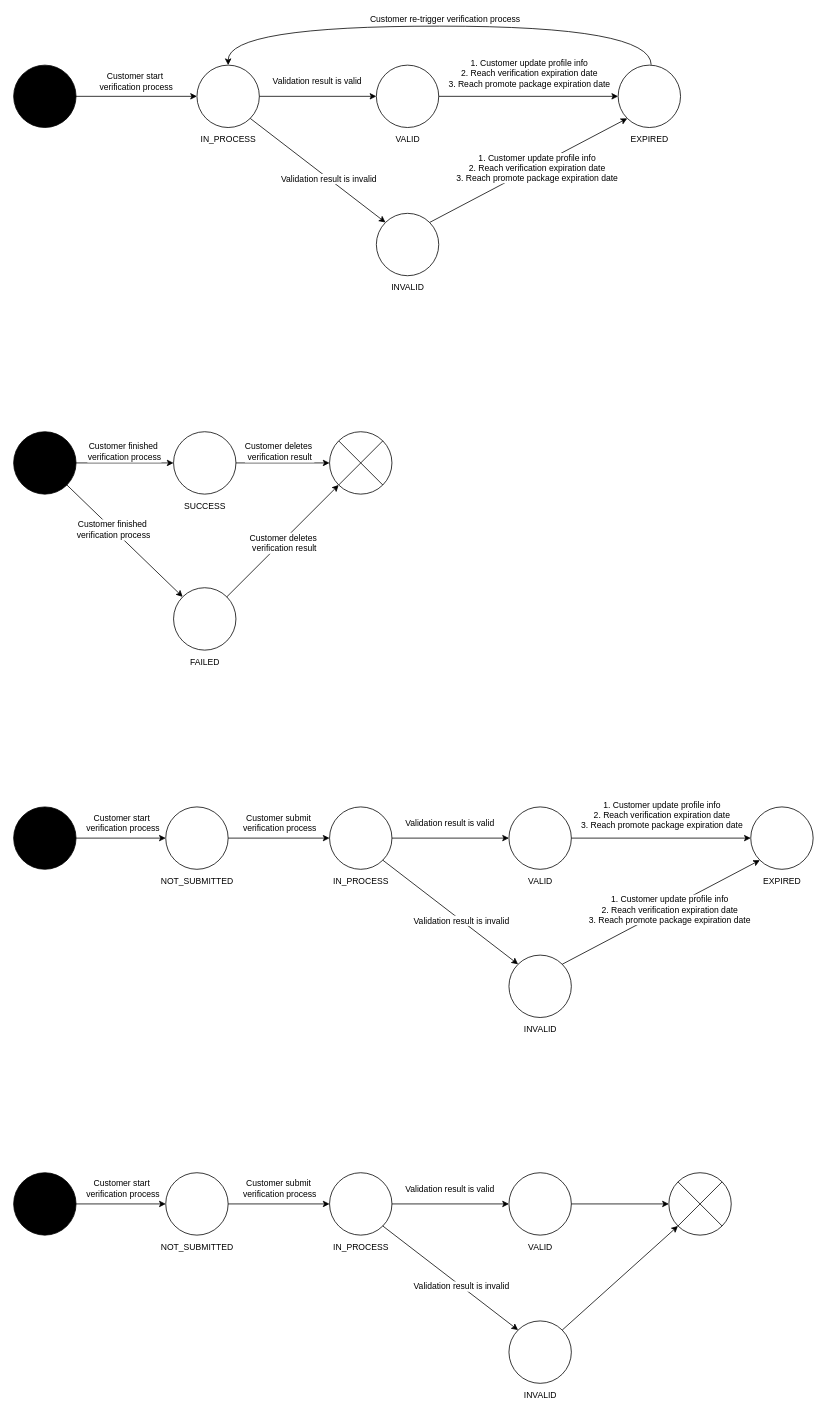
Earlier version of the draw.io diagram page "Status" (7 of 9) of verification_framework.drawio (huangshijie/Drawio). Source tidied: cells renumbered, new cells numbered last; positions are measured from the earlier drawing's top-left corner, leaving out a move shared by most shapes. Both pictures are drawn from the tidied source at 78%, with x=0, y=0 at pixel (13, 26).
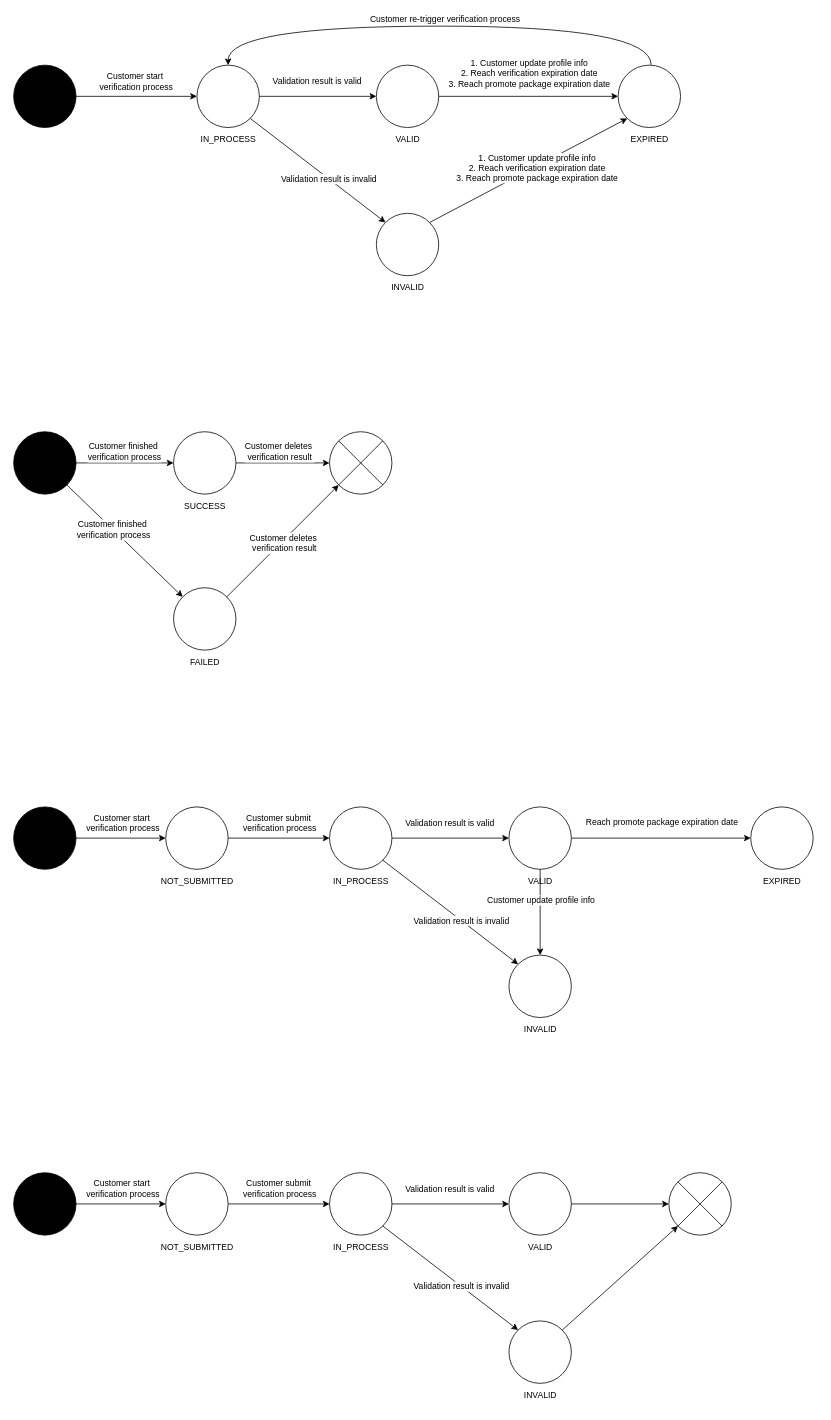
After the change.

The change refers to these unchanged cells:
```xml
<mxCell id="51" style="ellipse;whiteSpace=wrap;html=1;fontSize=11;" parent="50" vertex="1">
  <mxGeometry x="5" width="80" height="80" as="geometry" />
</mxCell>
<mxCell id="54" style="ellipse;whiteSpace=wrap;html=1;fontSize=11;" parent="53" vertex="1">
  <mxGeometry x="5" width="80" height="80" as="geometry" />
</mxCell>
<mxCell id="57" style="ellipse;whiteSpace=wrap;html=1;fontSize=11;" parent="56" vertex="1">
  <mxGeometry x="5" width="80" height="80" as="geometry" />
</mxCell>
<mxCell id="67" style="endArrow=classic;html=1;rounded=0;exitX=1;exitY=0.5;exitDx=0;exitDy=0;fontSize=11;" parent="1" edge="1" source="54" target="51">
  <mxGeometry relative="1" as="geometry" />
</mxCell>
```

Diff of the diagram source:
```diff
@@
-    <mxCell id="65" style="endArrow=classic;html=1;rounded=0;exitX=1;exitY=0;exitDx=0;exitDy=0;entryX=0;entryY=1;entryDx=0;entryDy=0;fontSize=11;" parent="1" edge="1" source="57" target="51">
-      <mxGeometry relative="1" as="geometry" />
-    </mxCell>
-    <mxCell id="66" value="1. Customer update profile info&lt;div style=&quot;font-size: 11px;&quot;&gt;2. Reach verification expiration date&lt;/div&gt;&lt;div style=&quot;font-size: 11px;&quot;&gt;3. Reach promote package expiration date&lt;/div&gt;" style="edgeLabel;html=1;align=center;verticalAlign=middle;fontSize=11;" parent="65" vertex="1">
-      <mxGeometry x="-0.05" y="-2" relative="1" as="geometry">
-        <mxPoint x="16" y="-9" as="offset" />
-      </mxGeometry>
-    </mxCell>
@@
-    <mxCell id="68" value="&lt;font style=&quot;font-size: 11px;&quot;&gt;1. Customer update profile info&lt;/font&gt;&lt;div style=&quot;font-size: 11px;&quot;&gt;&lt;font style=&quot;font-size: 11px;&quot;&gt;2. Reach verification expiration date&lt;/font&gt;&lt;/div&gt;&lt;div style=&quot;font-size: 11px;&quot;&gt;&lt;font style=&quot;font-size: 11px;&quot;&gt;3. Reach promote package expiration date&lt;/font&gt;&lt;/div&gt;" style="edgeLabel;html=1;align=center;verticalAlign=middle;fontSize=11;" parent="67" vertex="1">
+    <mxCell id="68" value="&lt;div style=&quot;font-size: 11px;&quot;&gt;&lt;font style=&quot;font-size: 11px;&quot;&gt;Reach promote package expiration date&lt;/font&gt;&lt;/div&gt;" style="edgeLabel;html=1;align=center;verticalAlign=middle;fontSize=11;" parent="67" vertex="1">
       <mxGeometry x="-0.15" y="1" relative="1" as="geometry">
-        <mxPoint x="17" y="-29" as="offset" />
+        <mxPoint x="17" y="-20" as="offset" />
       </mxGeometry>
     </mxCell>
@@
+    <mxCell id="101" style="endArrow=classic;html=1;rounded=0;exitX=0.5;exitY=1;exitDx=0;exitDy=0;entryX=0.5;entryY=0;entryDx=0;entryDy=0;" parent="1" edge="1" source="54" target="57">
+      <mxGeometry relative="1" as="geometry" />
+    </mxCell>
+    <mxCell id="102" value="Customer update profile info" style="edgeLabel;html=1;align=center;verticalAlign=middle;" parent="101" vertex="1">
+      <mxGeometry x="-0.04" y="1" relative="1" as="geometry">
+        <mxPoint x="-1" y="-14" as="offset" />
+      </mxGeometry>
+    </mxCell>
```
